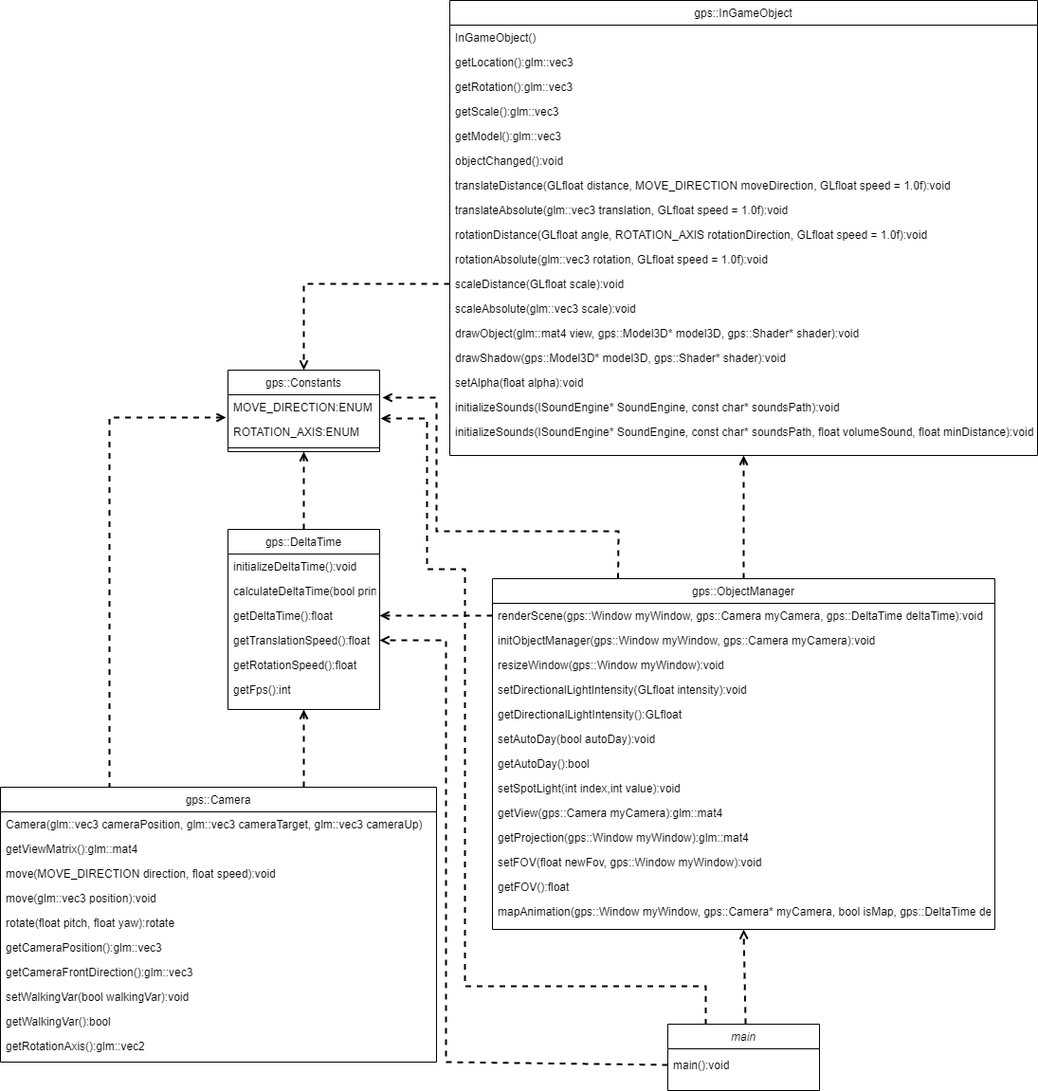
Earlier version of the draw.io export git_resources/uml.png (tavisit/OpenGL-Project). Source tidied: cells renumbered, new cells last; positions are measured from the earlier drawing's top-left corner, leaving out a move shared by most shapes.
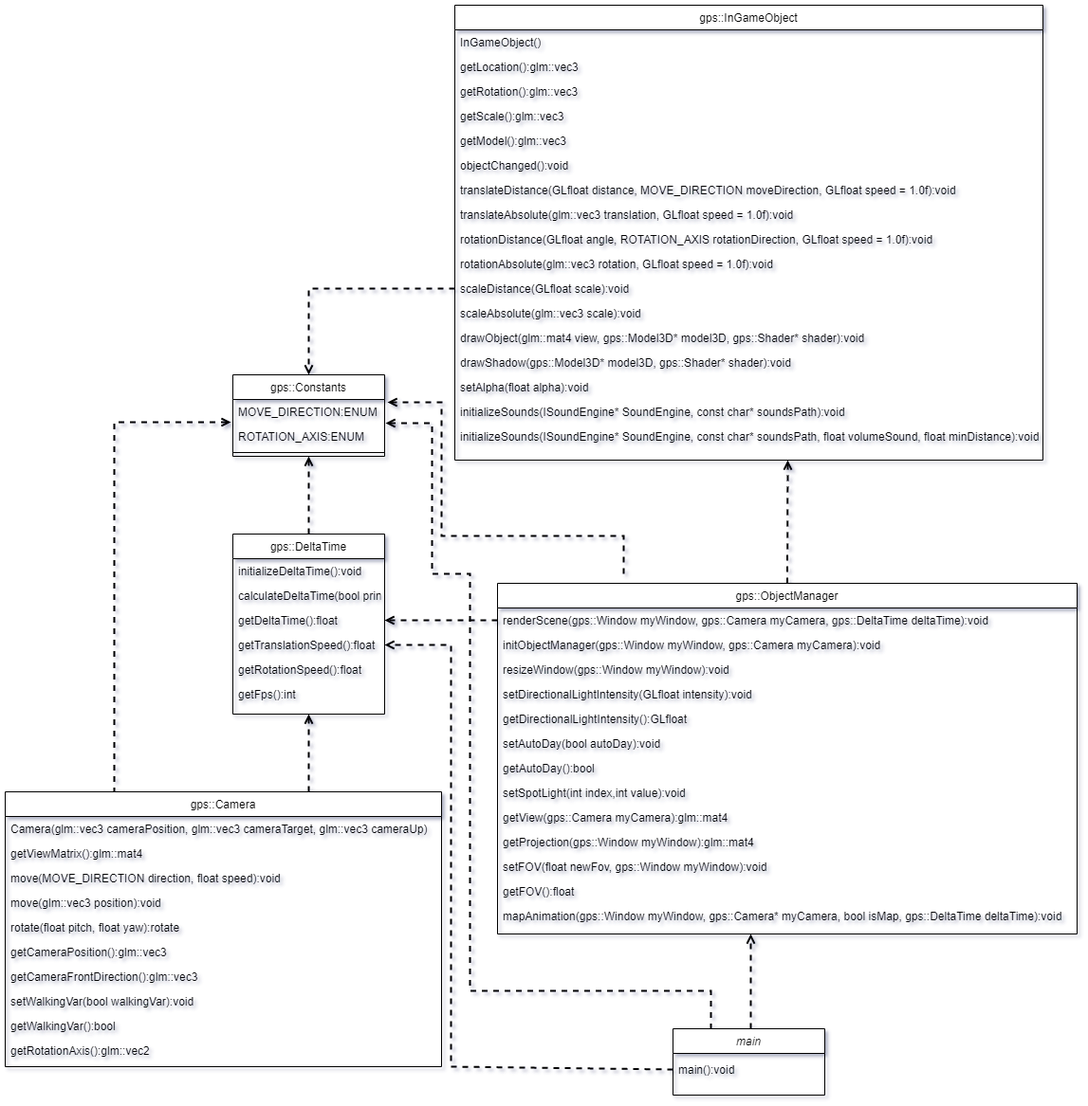
The same diagram one commit later.

Diff of the diagram source:
```diff
@@ -69,46 +69,46 @@
       <mxGeometry y="260" width="460" height="26" as="geometry" />
     </mxCell>
     <mxCell id="24" value="gps::ObjectManager" style="swimlane;fontStyle=0;align=center;verticalAlign=top;horizontal=1;startSize=26;rounded=0;shadow=0;strokeWidth=1;" parent="1" vertex="1">
-      <mxGeometry x="519" y="610" width="530" height="370" as="geometry" />
+      <mxGeometry x="519" y="610" width="611" height="370" as="geometry" />
     </mxCell>
     <mxCell id="25" value="renderScene(gps::Window myWindow, gps::Camera myCamera, gps::DeltaTime deltaTime):void" style="text;align=left;verticalAlign=top;spacingLeft=4;spacingRight=4;overflow=hidden;points=[[0,0.5],[1,0.5]];portConstraint=eastwest;" parent="24" vertex="1">
-      <mxGeometry y="26" width="530" height="26" as="geometry" />
+      <mxGeometry y="26" width="611" height="26" as="geometry" />
     </mxCell>
     <mxCell id="26" value="initObjectManager(gps::Window myWindow, gps::Camera myCamera):void" style="text;align=left;verticalAlign=top;spacingLeft=4;spacingRight=4;overflow=hidden;rounded=0;shadow=0;html=0;" parent="24" vertex="1">
-      <mxGeometry y="52" width="530" height="26" as="geometry" />
+      <mxGeometry y="52" width="611" height="26" as="geometry" />
     </mxCell>
     <mxCell id="27" value="resizeWindow(gps::Window myWindow):void" style="text;align=left;verticalAlign=top;spacingLeft=4;spacingRight=4;overflow=hidden;rounded=0;shadow=0;html=0;" parent="24" vertex="1">
-      <mxGeometry y="78" width="530" height="26" as="geometry" />
+      <mxGeometry y="78" width="611" height="26" as="geometry" />
     </mxCell>
     <mxCell id="28" value="setDirectionalLightIntensity(GLfloat intensity):void" style="text;align=left;verticalAlign=top;spacingLeft=4;spacingRight=4;overflow=hidden;rounded=0;shadow=0;html=0;" parent="24" vertex="1">
-      <mxGeometry y="104" width="530" height="26" as="geometry" />
+      <mxGeometry y="104" width="611" height="26" as="geometry" />
     </mxCell>
     <mxCell id="29" value="getDirectionalLightIntensity():GLfloat" style="text;align=left;verticalAlign=top;spacingLeft=4;spacingRight=4;overflow=hidden;rounded=0;shadow=0;html=0;" parent="24" vertex="1">
-      <mxGeometry y="130" width="530" height="26" as="geometry" />
+      <mxGeometry y="130" width="611" height="26" as="geometry" />
     </mxCell>
     <mxCell id="30" value="setAutoDay(bool autoDay):void" style="text;align=left;verticalAlign=top;spacingLeft=4;spacingRight=4;overflow=hidden;rounded=0;shadow=0;html=0;" parent="24" vertex="1">
-      <mxGeometry y="156" width="530" height="26" as="geometry" />
+      <mxGeometry y="156" width="611" height="26" as="geometry" />
     </mxCell>
     <mxCell id="31" value="getAutoDay():bool" style="text;align=left;verticalAlign=top;spacingLeft=4;spacingRight=4;overflow=hidden;rounded=0;shadow=0;html=0;" parent="24" vertex="1">
-      <mxGeometry y="182" width="530" height="26" as="geometry" />
+      <mxGeometry y="182" width="611" height="26" as="geometry" />
     </mxCell>
     <mxCell id="32" value="setSpotLight(int index,int value):void" style="text;align=left;verticalAlign=top;spacingLeft=4;spacingRight=4;overflow=hidden;rounded=0;shadow=0;html=0;" parent="24" vertex="1">
-      <mxGeometry y="208" width="530" height="26" as="geometry" />
+      <mxGeometry y="208" width="611" height="26" as="geometry" />
     </mxCell>
     <mxCell id="33" value="getView(gps::Camera myCamera):glm::mat4" style="text;align=left;verticalAlign=top;spacingLeft=4;spacingRight=4;overflow=hidden;rounded=0;shadow=0;html=0;" parent="24" vertex="1">
-      <mxGeometry y="234" width="530" height="26" as="geometry" />
+      <mxGeometry y="234" width="611" height="26" as="geometry" />
     </mxCell>
     <mxCell id="34" value="getProjection(gps::Window myWindow):glm::mat4" style="text;align=left;verticalAlign=top;spacingLeft=4;spacingRight=4;overflow=hidden;rounded=0;shadow=0;html=0;" parent="24" vertex="1">
-      <mxGeometry y="260" width="530" height="26" as="geometry" />
+      <mxGeometry y="260" width="611" height="26" as="geometry" />
     </mxCell>
     <mxCell id="35" value="setFOV(float newFov, gps::Window myWindow):void" style="text;align=left;verticalAlign=top;spacingLeft=4;spacingRight=4;overflow=hidden;rounded=0;shadow=0;html=0;" parent="24" vertex="1">
-      <mxGeometry y="286" width="530" height="26" as="geometry" />
+      <mxGeometry y="286" width="611" height="26" as="geometry" />
     </mxCell>
     <mxCell id="36" value="getFOV():float" style="text;align=left;verticalAlign=top;spacingLeft=4;spacingRight=4;overflow=hidden;rounded=0;shadow=0;html=0;" parent="24" vertex="1">
-      <mxGeometry y="312" width="530" height="26" as="geometry" />
+      <mxGeometry y="312" width="611" height="26" as="geometry" />
     </mxCell>
     <mxCell id="37" value="mapAnimation(gps::Window myWindow, gps::Camera* myCamera, bool isMap, gps::DeltaTime deltaTime):void" style="text;align=left;verticalAlign=top;spacingLeft=4;spacingRight=4;overflow=hidden;rounded=0;shadow=0;html=0;" parent="24" vertex="1">
-      <mxGeometry y="338" width="530" height="26" as="geometry" />
+      <mxGeometry y="338" width="611" height="26" as="geometry" />
     </mxCell>
     <mxCell id="38" style="group;" parent="1" vertex="1">
       <mxGeometry x="704" y="1080" width="160" height="70" as="geometry" />
@@ -208,12 +208,15 @@
         </Array>
       </mxGeometry>
     </mxCell>
-    <mxCell id="64" style="endArrow=open;dashed=1;html=1;rounded=0;entryX=0.5;entryY=1;entryDx=0;entryDy=0;exitX=0.5;exitY=0;exitDx=0;exitDy=0;startArrow=none;startFill=0;endFill=0;strokeWidth=2;" parent="1" edge="1" source="24" target="41">
-      <mxGeometry relative="1" as="geometry" />
+    <mxCell id="64" style="endArrow=open;dashed=1;html=1;rounded=0;exitX=0.5;exitY=0;exitDx=0;exitDy=0;startArrow=none;startFill=0;endFill=0;strokeWidth=2;" parent="1" edge="1" source="24">
+      <mxGeometry relative="1" as="geometry">
+        <mxPoint x="825" y="480" as="targetPoint" />
+      </mxGeometry>
     </mxCell>
-    <mxCell id="65" style="endArrow=open;dashed=1;html=1;rounded=0;exitX=0.5;exitY=0;exitDx=0;exitDy=0;startArrow=none;startFill=0;endFill=0;strokeWidth=2;entryX=0.5;entryY=1;entryDx=0;entryDy=0;" parent="1" edge="1" target="24">
+    <mxCell id="65" style="endArrow=open;dashed=1;html=1;rounded=0;exitX=0.5;exitY=0;exitDx=0;exitDy=0;startArrow=none;startFill=0;endFill=0;strokeWidth=2;" parent="1" edge="1">
       <mxGeometry relative="1" as="geometry">
         <mxPoint x="786" y="1080" as="sourcePoint" />
+        <mxPoint x="786" y="980" as="targetPoint" />
       </mxGeometry>
     </mxCell>
     <mxCell id="66" style="endArrow=open;dashed=1;html=1;rounded=0;startArrow=none;startFill=0;endFill=0;strokeWidth=2;entryX=0.5;entryY=0;entryDx=0;entryDy=0;exitX=0;exitY=0.5;exitDx=0;exitDy=0;" parent="1" edge="1" source="52" target="9">
@@ -226,8 +229,9 @@
     <mxCell id="67" style="endArrow=open;dashed=1;html=1;rounded=0;startArrow=none;startFill=0;endFill=0;strokeWidth=2;exitX=0;exitY=0.5;exitDx=0;exitDy=0;entryX=1;entryY=0.5;entryDx=0;entryDy=0;" parent="1" edge="1" source="25" target="5">
       <mxGeometry relative="1" as="geometry" />
     </mxCell>
-    <mxCell id="68" style="endArrow=open;dashed=1;html=1;rounded=0;entryX=1.019;entryY=0.115;entryDx=0;entryDy=0;entryPerimeter=0;exitX=0.25;exitY=0;exitDx=0;exitDy=0;startArrow=none;startFill=0;endFill=0;strokeWidth=2;" parent="1" edge="1" source="24" target="10">
+    <mxCell id="68" style="endArrow=open;dashed=1;html=1;rounded=0;entryX=1.019;entryY=0.115;entryDx=0;entryDy=0;entryPerimeter=0;startArrow=none;startFill=0;endFill=0;strokeWidth=2;" parent="1" edge="1" target="10">
       <mxGeometry relative="1" as="geometry">
+        <mxPoint x="652" y="600" as="sourcePoint" />
         <Array as="points">
           <mxPoint x="652" y="560" />
           <mxPoint x="460" y="560" />
```
